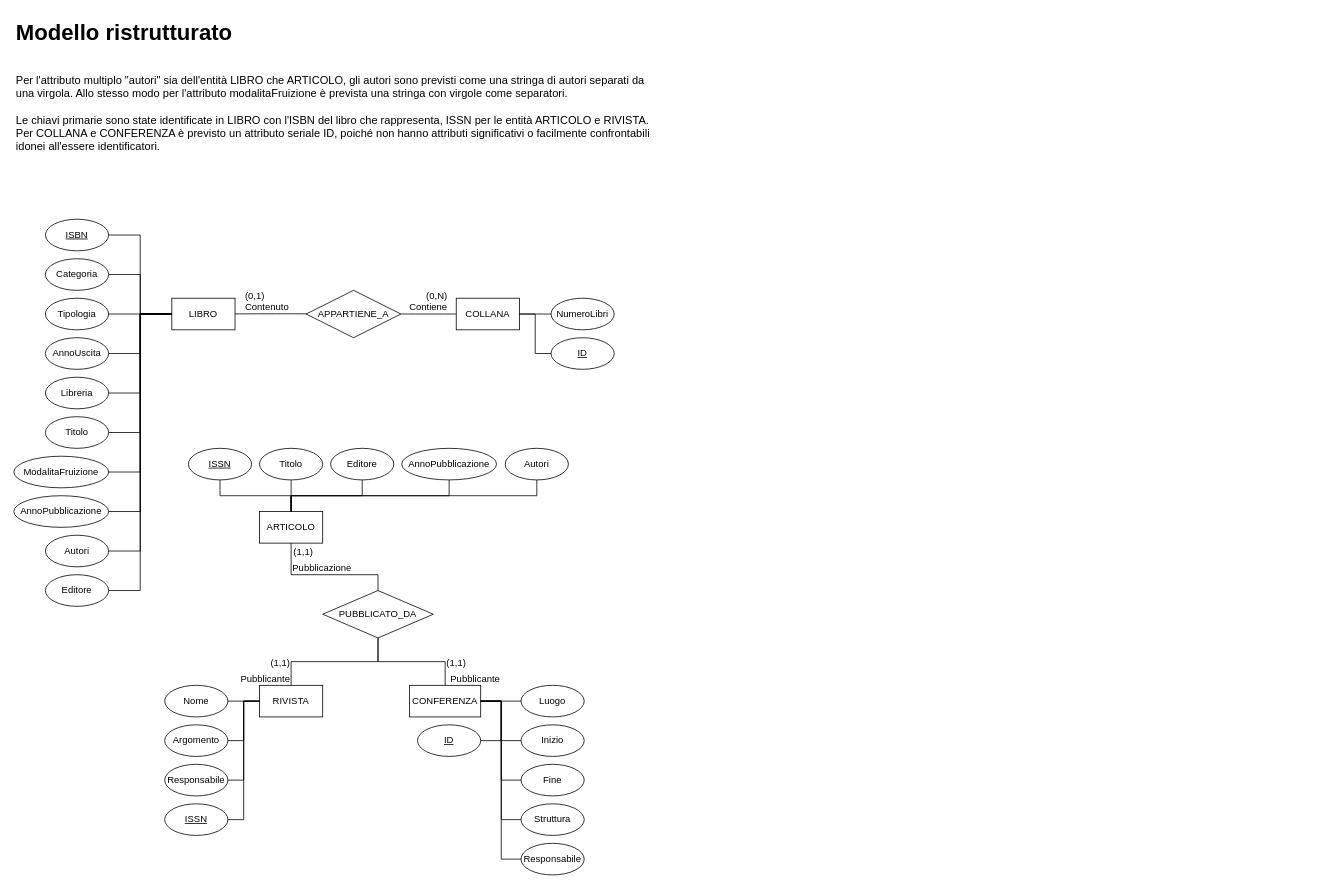
Earlier version of the draw.io diagram page "Page-2" (2 of 2) of database/esercitazione1.drawio (Gabbinetto/draw.io-diagrams). Source tidied: cells renumbered, new cells numbered last; positions are measured from the earlier drawing's top-left corner, leaving out a move shared by most shapes. Both pictures are drawn from the tidied source at 79%, with x=0, y=0 at pixel (13, 13).
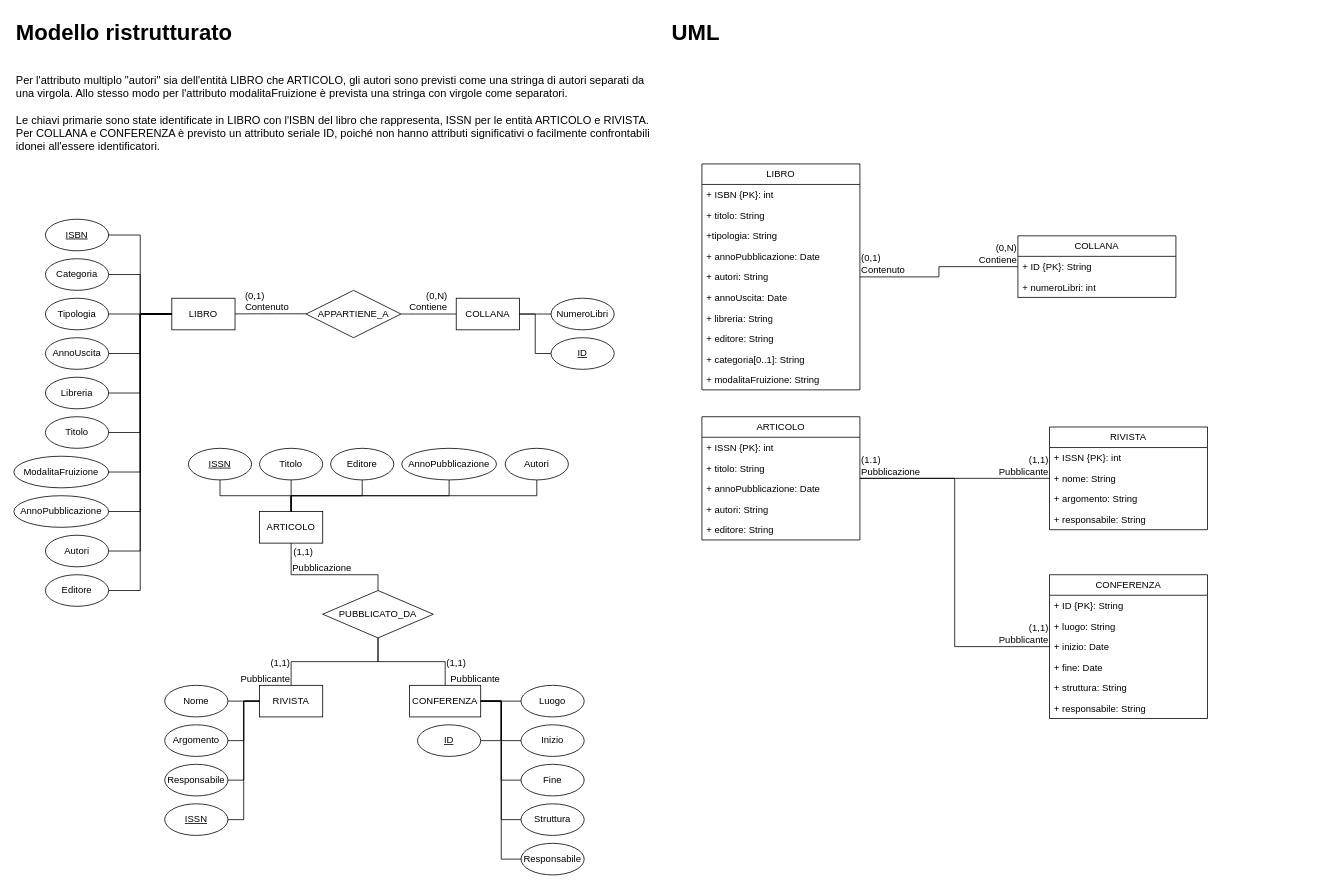
Above is the later version.

The edit, as a diff of the source:
```diff
@@
+    <mxCell id="77" value="LIBRO" style="swimlane;fontStyle=0;horizontal=1;startSize=26;fillColor=none;whiteSpace=wrap;html=1;" parent="1" vertex="1">
+      <mxGeometry x="871" y="190" width="200" height="286" as="geometry" />
+    </mxCell>
+    <mxCell id="78" value="+ ISBN {PK}: int" style="text;strokeColor=none;fillColor=none;align=left;verticalAlign=top;spacingLeft=4;spacingRight=4;overflow=hidden;whiteSpace=wrap;html=1;" parent="77" vertex="1">
+      <mxGeometry y="26" width="200" height="26" as="geometry" />
+    </mxCell>
+    <mxCell id="79" value="+ titolo: String" style="text;strokeColor=none;fillColor=none;align=left;verticalAlign=top;spacingLeft=4;spacingRight=4;overflow=hidden;whiteSpace=wrap;html=1;" parent="77" vertex="1">
+      <mxGeometry y="52" width="200" height="26" as="geometry" />
+    </mxCell>
+    <mxCell id="80" value="+tipologia: String" style="text;strokeColor=none;fillColor=none;align=left;verticalAlign=top;spacingLeft=4;spacingRight=4;overflow=hidden;whiteSpace=wrap;html=1;" parent="77" vertex="1">
+      <mxGeometry y="78" width="200" height="26" as="geometry" />
+    </mxCell>
+    <mxCell id="81" value="+ annoPubblicazione: Date" style="text;strokeColor=none;fillColor=none;align=left;verticalAlign=top;spacingLeft=4;spacingRight=4;overflow=hidden;whiteSpace=wrap;html=1;" parent="77" vertex="1">
+      <mxGeometry y="104" width="200" height="26" as="geometry" />
+    </mxCell>
+    <mxCell id="82" value="+ autori: String" style="text;strokeColor=none;fillColor=none;align=left;verticalAlign=top;spacingLeft=4;spacingRight=4;overflow=hidden;whiteSpace=wrap;html=1;" parent="77" vertex="1">
+      <mxGeometry y="130" width="200" height="26" as="geometry" />
+    </mxCell>
+    <mxCell id="83" value="+ annoUscita: Date" style="text;strokeColor=none;fillColor=none;align=left;verticalAlign=top;spacingLeft=4;spacingRight=4;overflow=hidden;whiteSpace=wrap;html=1;" parent="77" vertex="1">
+      <mxGeometry y="156" width="200" height="26" as="geometry" />
+    </mxCell>
+    <mxCell id="84" value="+ libreria: String" style="text;strokeColor=none;fillColor=none;align=left;verticalAlign=top;spacingLeft=4;spacingRight=4;overflow=hidden;whiteSpace=wrap;html=1;" parent="77" vertex="1">
+      <mxGeometry y="182" width="200" height="26" as="geometry" />
+    </mxCell>
+    <mxCell id="85" value="+ editore: String" style="text;strokeColor=none;fillColor=none;align=left;verticalAlign=top;spacingLeft=4;spacingRight=4;overflow=hidden;whiteSpace=wrap;html=1;" parent="77" vertex="1">
+      <mxGeometry y="208" width="200" height="26" as="geometry" />
+    </mxCell>
+    <mxCell id="86" value="+ categoria[0..1]: String" style="text;strokeColor=none;fillColor=none;align=left;verticalAlign=top;spacingLeft=4;spacingRight=4;overflow=hidden;whiteSpace=wrap;html=1;" parent="77" vertex="1">
+      <mxGeometry y="234" width="200" height="26" as="geometry" />
+    </mxCell>
+    <mxCell id="87" value="+ modalitaFruizione: String" style="text;strokeColor=none;fillColor=none;align=left;verticalAlign=top;spacingLeft=4;spacingRight=4;overflow=hidden;whiteSpace=wrap;html=1;" parent="77" vertex="1">
+      <mxGeometry y="260" width="200" height="26" as="geometry" />
+    </mxCell>
+    <mxCell id="88" value="COLLANA" style="swimlane;fontStyle=0;horizontal=1;startSize=26;fillColor=none;whiteSpace=wrap;html=1;" parent="1" vertex="1">
+      <mxGeometry x="1271" y="281" width="200" height="78" as="geometry" />
+    </mxCell>
+    <mxCell id="89" value="+ ID {PK}: String" style="text;strokeColor=none;fillColor=none;align=left;verticalAlign=top;spacingLeft=4;spacingRight=4;overflow=hidden;whiteSpace=wrap;html=1;" parent="88" vertex="1">
+      <mxGeometry y="26" width="200" height="26" as="geometry" />
+    </mxCell>
+    <mxCell id="90" value="+ numeroLibri: int" style="text;strokeColor=none;fillColor=none;align=left;verticalAlign=top;spacingLeft=4;spacingRight=4;overflow=hidden;whiteSpace=wrap;html=1;" parent="88" vertex="1">
+      <mxGeometry y="52" width="200" height="26" as="geometry" />
+    </mxCell>
+    <mxCell id="91" style="endArrow=none;html=1;rounded=0;edgeStyle=elbowEdgeStyle;" parent="1" edge="1" source="77" target="88">
+      <mxGeometry relative="1" as="geometry" />
+    </mxCell>
+    <mxCell id="92" value="(0,1)&lt;br&gt;Contenuto" style="html=1;whiteSpace=wrap;align=left;verticalAlign=bottom;" parent="91" vertex="1">
+      <mxGeometry x="-1" relative="1" as="geometry" />
+    </mxCell>
+    <mxCell id="93" value="&lt;div&gt;(0,N)&lt;/div&gt;&lt;div&gt;Contiene&lt;/div&gt;" style="html=1;whiteSpace=wrap;align=right;verticalAlign=bottom;" parent="91" vertex="1">
+      <mxGeometry x="1" relative="1" as="geometry" />
+    </mxCell>
+    <mxCell id="94" value="&lt;div&gt;ARTICOLO&lt;/div&gt;" style="swimlane;fontStyle=0;horizontal=1;startSize=26;fillColor=none;whiteSpace=wrap;html=1;" parent="1" vertex="1">
+      <mxGeometry x="871" y="510" width="200" height="156" as="geometry" />
+    </mxCell>
+    <mxCell id="95" value="+ ISSN {PK}: int" style="text;strokeColor=none;fillColor=none;align=left;verticalAlign=top;spacingLeft=4;spacingRight=4;overflow=hidden;whiteSpace=wrap;html=1;" parent="94" vertex="1">
+      <mxGeometry y="26" width="200" height="26" as="geometry" />
+    </mxCell>
+    <mxCell id="96" value="+ titolo: String" style="text;strokeColor=none;fillColor=none;align=left;verticalAlign=top;spacingLeft=4;spacingRight=4;overflow=hidden;whiteSpace=wrap;html=1;" parent="94" vertex="1">
+      <mxGeometry y="52" width="200" height="26" as="geometry" />
+    </mxCell>
+    <mxCell id="97" value="+ annoPubblicazione: Date" style="text;strokeColor=none;fillColor=none;align=left;verticalAlign=top;spacingLeft=4;spacingRight=4;overflow=hidden;whiteSpace=wrap;html=1;" parent="94" vertex="1">
+      <mxGeometry y="78" width="200" height="26" as="geometry" />
+    </mxCell>
+    <mxCell id="98" value="+ autori: String" style="text;strokeColor=none;fillColor=none;align=left;verticalAlign=top;spacingLeft=4;spacingRight=4;overflow=hidden;whiteSpace=wrap;html=1;" parent="94" vertex="1">
+      <mxGeometry y="104" width="200" height="26" as="geometry" />
+    </mxCell>
+    <mxCell id="99" value="+ editore: String" style="text;strokeColor=none;fillColor=none;align=left;verticalAlign=top;spacingLeft=4;spacingRight=4;overflow=hidden;whiteSpace=wrap;html=1;" parent="94" vertex="1">
+      <mxGeometry y="130" width="200" height="26" as="geometry" />
+    </mxCell>
+    <mxCell id="100" value="RIVISTA" style="swimlane;fontStyle=0;horizontal=1;startSize=26;fillColor=none;whiteSpace=wrap;html=1;" parent="1" vertex="1">
+      <mxGeometry x="1311" y="523" width="200" height="130" as="geometry" />
+    </mxCell>
+    <mxCell id="101" value="+ ISSN {PK}: int" style="text;strokeColor=none;fillColor=none;align=left;verticalAlign=top;spacingLeft=4;spacingRight=4;overflow=hidden;whiteSpace=wrap;html=1;" parent="100" vertex="1">
+      <mxGeometry y="26" width="200" height="26" as="geometry" />
+    </mxCell>
+    <mxCell id="102" value="+ nome: String" style="text;strokeColor=none;fillColor=none;align=left;verticalAlign=top;spacingLeft=4;spacingRight=4;overflow=hidden;whiteSpace=wrap;html=1;" parent="100" vertex="1">
+      <mxGeometry y="52" width="200" height="26" as="geometry" />
+    </mxCell>
+    <mxCell id="103" value="+ argomento: String" style="text;strokeColor=none;fillColor=none;align=left;verticalAlign=top;spacingLeft=4;spacingRight=4;overflow=hidden;whiteSpace=wrap;html=1;" parent="100" vertex="1">
+      <mxGeometry y="78" width="200" height="26" as="geometry" />
+    </mxCell>
+    <mxCell id="104" value="+ responsabile: String" style="text;strokeColor=none;fillColor=none;align=left;verticalAlign=top;spacingLeft=4;spacingRight=4;overflow=hidden;whiteSpace=wrap;html=1;" parent="100" vertex="1">
+      <mxGeometry y="104" width="200" height="26" as="geometry" />
+    </mxCell>
+    <mxCell id="105" value="CONFERENZA" style="swimlane;fontStyle=0;horizontal=1;startSize=26;fillColor=none;whiteSpace=wrap;html=1;" parent="1" vertex="1">
+      <mxGeometry x="1311" y="710" width="200" height="182" as="geometry" />
+    </mxCell>
+    <mxCell id="106" value="+ ID {PK}: String" style="text;strokeColor=none;fillColor=none;align=left;verticalAlign=top;spacingLeft=4;spacingRight=4;overflow=hidden;whiteSpace=wrap;html=1;" parent="105" vertex="1">
+      <mxGeometry y="26" width="200" height="26" as="geometry" />
+    </mxCell>
+    <mxCell id="107" value="+ luogo: String" style="text;strokeColor=none;fillColor=none;align=left;verticalAlign=top;spacingLeft=4;spacingRight=4;overflow=hidden;whiteSpace=wrap;html=1;" parent="105" vertex="1">
+      <mxGeometry y="52" width="200" height="26" as="geometry" />
+    </mxCell>
+    <mxCell id="108" value="+ inizio: Date" style="text;strokeColor=none;fillColor=none;align=left;verticalAlign=top;spacingLeft=4;spacingRight=4;overflow=hidden;whiteSpace=wrap;html=1;" parent="105" vertex="1">
+      <mxGeometry y="78" width="200" height="26" as="geometry" />
+    </mxCell>
+    <mxCell id="109" value="+ fine: Date" style="text;strokeColor=none;fillColor=none;align=left;verticalAlign=top;spacingLeft=4;spacingRight=4;overflow=hidden;whiteSpace=wrap;html=1;" parent="105" vertex="1">
+      <mxGeometry y="104" width="200" height="26" as="geometry" />
+    </mxCell>
+    <mxCell id="110" value="+ struttura: String" style="text;strokeColor=none;fillColor=none;align=left;verticalAlign=top;spacingLeft=4;spacingRight=4;overflow=hidden;whiteSpace=wrap;html=1;" parent="105" vertex="1">
+      <mxGeometry y="130" width="200" height="26" as="geometry" />
+    </mxCell>
+    <mxCell id="111" value="+ responsabile: String" style="text;strokeColor=none;fillColor=none;align=left;verticalAlign=top;spacingLeft=4;spacingRight=4;overflow=hidden;whiteSpace=wrap;html=1;" parent="105" vertex="1">
+      <mxGeometry y="156" width="200" height="26" as="geometry" />
+    </mxCell>
+    <mxCell id="112" style="endArrow=none;html=1;rounded=0;edgeStyle=elbowEdgeStyle;" parent="1" edge="1" source="94" target="100">
+      <mxGeometry relative="1" as="geometry" />
+    </mxCell>
+    <mxCell id="113" value="&lt;div&gt;(1.1)&lt;/div&gt;&lt;div&gt;Pubblicazione&lt;/div&gt;" style="html=1;whiteSpace=wrap;align=left;verticalAlign=bottom;" parent="112" vertex="1">
+      <mxGeometry x="-1" relative="1" as="geometry" />
+    </mxCell>
+    <mxCell id="114" value="&lt;div&gt;(1,1)&lt;/div&gt;&lt;div&gt;Pubblicante&lt;/div&gt;" style="html=1;whiteSpace=wrap;align=right;verticalAlign=bottom;" parent="112" vertex="1">
+      <mxGeometry x="1" relative="1" as="geometry" />
+    </mxCell>
+    <mxCell id="115" style="endArrow=none;html=1;rounded=0;edgeStyle=elbowEdgeStyle;" parent="1" edge="1" source="94" target="105">
+      <mxGeometry relative="1" as="geometry" />
+    </mxCell>
+    <mxCell id="116" value="&lt;div&gt;(1,1)&lt;/div&gt;&lt;div&gt;Pubblicante&lt;/div&gt;" style="html=1;whiteSpace=wrap;align=right;verticalAlign=bottom;" parent="115" vertex="1">
+      <mxGeometry x="1" relative="1" as="geometry" />
+    </mxCell>
+    <mxCell id="117" value="&lt;h1 style=&quot;margin-top: 0px;&quot;&gt;UML&lt;/h1&gt;" style="text;html=1;whiteSpace=wrap;overflow=hidden;rounded=0;fontSize=14;" parent="1" vertex="1">
+      <mxGeometry x="831" width="810" height="50" as="geometry" />
+    </mxCell>
```
